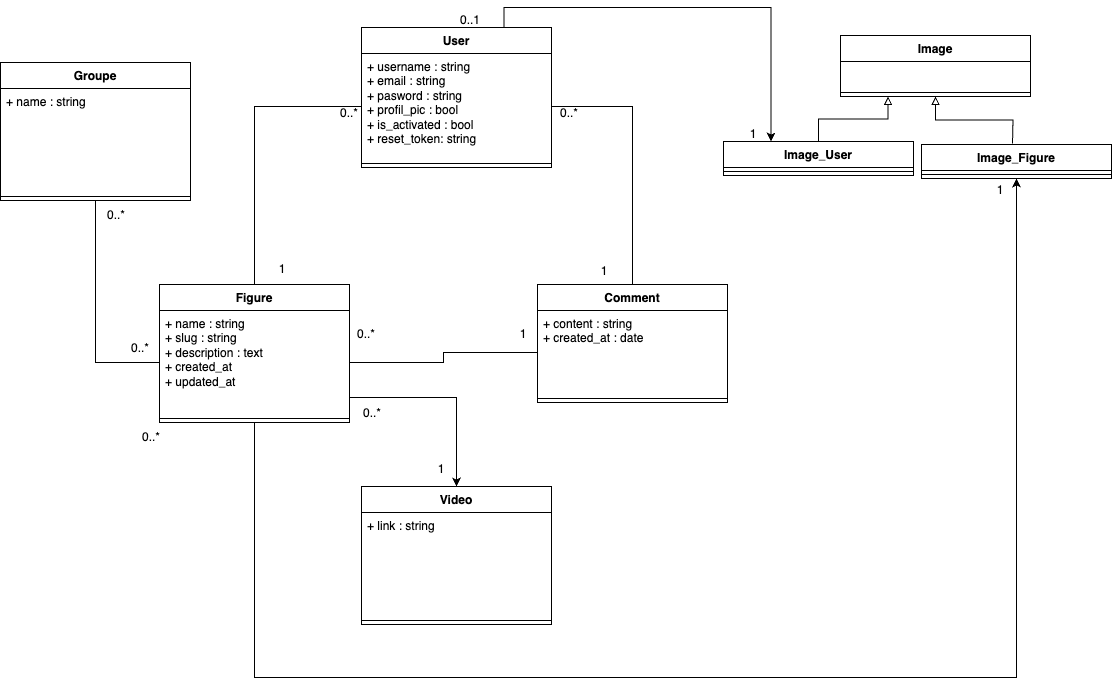
Above: diagrammes/classe.png in Arkistos/OC-PHP-P6 (draw.io), before the change. Source tidied: cells renumbered, new cells last; positions are measured from the earlier drawing's top-left corner, leaving out a move shared by most shapes.
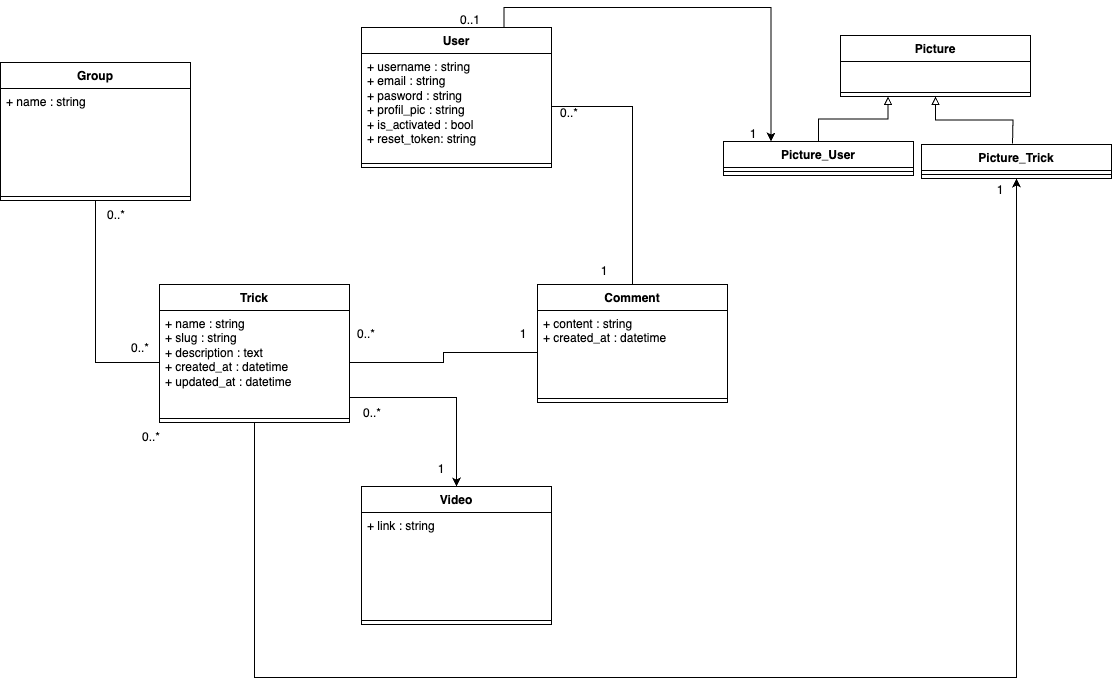
The same diagram one commit later.

Change to the diagram source:
```diff
@@ -8,7 +8,7 @@
     <mxCell id="3" value="User" style="swimlane;fontStyle=1;align=center;verticalAlign=top;horizontal=1;startSize=26;whiteSpace=wrap;html=1;" parent="1" vertex="1">
       <mxGeometry x="361" y="22" width="190" height="140" as="geometry" />
     </mxCell>
-    <mxCell id="4" value="+ username : string&lt;br&gt;+ email :&amp;nbsp;string&lt;br&gt;+ pasword : string&lt;br style=&quot;border-color: var(--border-color);&quot;&gt;+ profil_pic : bool&lt;br&gt;+ is_activated : bool&lt;br&gt;+ reset_token: string" style="text;strokeColor=none;fillColor=none;align=left;verticalAlign=top;spacingLeft=4;spacingRight=4;overflow=hidden;points=[[0,0.5],[1,0.5]];portConstraint=eastwest;whiteSpace=wrap;html=1;" parent="3" vertex="1">
+    <mxCell id="4" value="+ username : string&lt;br&gt;+ email :&amp;nbsp;string&lt;br&gt;+ pasword : string&lt;br style=&quot;border-color: var(--border-color);&quot;&gt;+ profil_pic : string&lt;br&gt;+ is_activated : bool&lt;br&gt;+ reset_token: string" style="text;strokeColor=none;fillColor=none;align=left;verticalAlign=top;spacingLeft=4;spacingRight=4;overflow=hidden;points=[[0,0.5],[1,0.5]];portConstraint=eastwest;whiteSpace=wrap;html=1;" parent="3" vertex="1">
       <mxGeometry y="26" width="190" height="106" as="geometry" />
     </mxCell>
     <mxCell id="5" style="line;strokeWidth=1;fillColor=none;align=left;verticalAlign=middle;spacingTop=-1;spacingLeft=3;spacingRight=3;labelPosition=right;strokeColor=inherit;" parent="3" vertex="1">
@@ -22,10 +22,10 @@
         </Array>
       </mxGeometry>
     </mxCell>
-    <mxCell id="7" value="Figure" style="swimlane;fontStyle=1;align=center;verticalAlign=top;horizontal=1;startSize=26;whiteSpace=wrap;html=1;" parent="1" vertex="1">
+    <mxCell id="7" value="Trick" style="swimlane;fontStyle=1;align=center;verticalAlign=top;horizontal=1;startSize=26;whiteSpace=wrap;html=1;" parent="1" vertex="1">
       <mxGeometry x="159" y="279" width="190" height="138" as="geometry" />
     </mxCell>
-    <mxCell id="8" value="+ name : string&lt;br&gt;+ slug : string&lt;br&gt;+ description : text&lt;br&gt;+ created_at&lt;br&gt;+ updated_at" style="text;strokeColor=none;fillColor=none;align=left;verticalAlign=top;spacingLeft=4;spacingRight=4;overflow=hidden;points=[[0,0.5],[1,0.5]];portConstraint=eastwest;whiteSpace=wrap;html=1;" parent="7" vertex="1">
+    <mxCell id="8" value="+ name : string&lt;br&gt;+ slug : string&lt;br&gt;+ description : text&lt;br&gt;+ created_at : datetime&lt;br&gt;+ updated_at : datetime" style="text;strokeColor=none;fillColor=none;align=left;verticalAlign=top;spacingLeft=4;spacingRight=4;overflow=hidden;points=[[0,0.5],[1,0.5]];portConstraint=eastwest;whiteSpace=wrap;html=1;" parent="7" vertex="1">
       <mxGeometry y="26" width="190" height="104" as="geometry" />
     </mxCell>
     <mxCell id="9" style="line;strokeWidth=1;fillColor=none;align=left;verticalAlign=middle;spacingTop=-1;spacingLeft=3;spacingRight=3;labelPosition=right;strokeColor=inherit;" parent="7" vertex="1">
@@ -34,7 +34,7 @@
     <mxCell id="10" value="Comment" style="swimlane;fontStyle=1;align=center;verticalAlign=top;horizontal=1;startSize=26;whiteSpace=wrap;html=1;" parent="1" vertex="1">
       <mxGeometry x="537" y="279" width="190" height="118" as="geometry" />
     </mxCell>
-    <mxCell id="11" value="+ content : string&lt;br&gt;+ created_at : date" style="text;strokeColor=none;fillColor=none;align=left;verticalAlign=top;spacingLeft=4;spacingRight=4;overflow=hidden;points=[[0,0.5],[1,0.5]];portConstraint=eastwest;whiteSpace=wrap;html=1;" parent="10" vertex="1">
+    <mxCell id="11" value="+ content : string&lt;br&gt;+ created_at : datetime" style="text;strokeColor=none;fillColor=none;align=left;verticalAlign=top;spacingLeft=4;spacingRight=4;overflow=hidden;points=[[0,0.5],[1,0.5]];portConstraint=eastwest;whiteSpace=wrap;html=1;" parent="10" vertex="1">
       <mxGeometry y="26" width="190" height="84" as="geometry" />
     </mxCell>
     <mxCell id="12" style="line;strokeWidth=1;fillColor=none;align=left;verticalAlign=middle;spacingTop=-1;spacingLeft=3;spacingRight=3;labelPosition=right;strokeColor=inherit;" parent="10" vertex="1">
@@ -49,25 +49,16 @@
     <mxCell id="15" value="1" style="text;html=1;strokeColor=none;fillColor=none;align=center;verticalAlign=middle;whiteSpace=wrap;rounded=0;" parent="1" vertex="1">
       <mxGeometry x="493" y="314" width="60" height="30" as="geometry" />
     </mxCell>
-    <mxCell id="16" style="edgeStyle=orthogonalEdgeStyle;rounded=0;jettySize=auto;html=1;endArrow=none;endFill=0;" parent="1" edge="1" source="4" target="7">
-      <mxGeometry relative="1" as="geometry" />
-    </mxCell>
     <mxCell id="17" style="edgeStyle=orthogonalEdgeStyle;rounded=0;jettySize=auto;html=1;endArrow=none;endFill=0;" parent="1" edge="1" source="4" target="10">
       <mxGeometry relative="1" as="geometry" />
     </mxCell>
-    <mxCell id="18" value="0..*" style="text;html=1;strokeColor=none;fillColor=none;align=center;verticalAlign=middle;whiteSpace=wrap;rounded=0;" parent="1" vertex="1">
-      <mxGeometry x="319" y="93" width="60" height="30" as="geometry" />
-    </mxCell>
     <mxCell id="19" value="0..*" style="text;html=1;strokeColor=none;fillColor=none;align=center;verticalAlign=middle;whiteSpace=wrap;rounded=0;" parent="1" vertex="1">
       <mxGeometry x="539" y="93" width="60" height="30" as="geometry" />
     </mxCell>
     <mxCell id="20" value="1" style="text;html=1;strokeColor=none;fillColor=none;align=center;verticalAlign=middle;whiteSpace=wrap;rounded=0;" parent="1" vertex="1">
       <mxGeometry x="574" y="251" width="60" height="30" as="geometry" />
     </mxCell>
-    <mxCell id="21" value="1" style="text;html=1;strokeColor=none;fillColor=none;align=center;verticalAlign=middle;whiteSpace=wrap;rounded=0;" parent="1" vertex="1">
-      <mxGeometry x="252" y="249" width="60" height="30" as="geometry" />
-    </mxCell>
-    <mxCell id="22" value="Groupe" style="swimlane;fontStyle=1;align=center;verticalAlign=top;horizontal=1;startSize=26;whiteSpace=wrap;html=1;" parent="1" vertex="1">
+    <mxCell id="22" value="Group" style="swimlane;fontStyle=1;align=center;verticalAlign=top;horizontal=1;startSize=26;whiteSpace=wrap;html=1;" parent="1" vertex="1">
       <mxGeometry y="57" width="190" height="138" as="geometry" />
     </mxCell>
     <mxCell id="23" value="+ name : string" style="text;strokeColor=none;fillColor=none;align=left;verticalAlign=top;spacingLeft=4;spacingRight=4;overflow=hidden;whiteSpace=wrap;html=1;" parent="22" vertex="1">
@@ -107,7 +98,7 @@
     <mxCell id="33" value="0..*" style="text;html=1;strokeColor=none;fillColor=none;align=center;verticalAlign=middle;whiteSpace=wrap;rounded=0;" parent="1" vertex="1">
       <mxGeometry x="342" y="393" width="60" height="30" as="geometry" />
     </mxCell>
-    <mxCell id="34" value="Image" style="swimlane;fontStyle=1;align=center;verticalAlign=top;horizontal=1;startSize=26;whiteSpace=wrap;html=1;" parent="1" vertex="1">
+    <mxCell id="34" value="Picture" style="swimlane;fontStyle=1;align=center;verticalAlign=top;horizontal=1;startSize=26;whiteSpace=wrap;html=1;" parent="1" vertex="1">
       <mxGeometry x="840" y="30" width="190" height="61" as="geometry" />
     </mxCell>
     <mxCell id="35" value="&lt;br&gt;" style="text;strokeColor=none;fillColor=none;align=left;verticalAlign=top;spacingLeft=4;spacingRight=4;overflow=hidden;whiteSpace=wrap;html=1;" parent="34" vertex="1">
@@ -127,13 +118,13 @@
         <mxPoint x="1012" y="138" as="sourcePoint" />
       </mxGeometry>
     </mxCell>
-    <mxCell id="40" value="Image_Figure" style="swimlane;fontStyle=1;align=center;verticalAlign=top;horizontal=1;startSize=26;whiteSpace=wrap;html=1;" parent="1" vertex="1">
+    <mxCell id="40" value="Picture_Trick" style="swimlane;fontStyle=1;align=center;verticalAlign=top;horizontal=1;startSize=26;whiteSpace=wrap;html=1;" parent="1" vertex="1">
       <mxGeometry x="921" y="139" width="190" height="34" as="geometry" />
     </mxCell>
     <mxCell id="41" style="line;strokeWidth=1;fillColor=none;align=left;verticalAlign=middle;spacingTop=-1;spacingLeft=3;spacingRight=3;labelPosition=right;strokeColor=inherit;" parent="40" vertex="1">
       <mxGeometry y="26" width="190" height="8" as="geometry" />
     </mxCell>
-    <mxCell id="42" value="Image_User" style="swimlane;fontStyle=1;align=center;verticalAlign=top;horizontal=1;startSize=26;whiteSpace=wrap;html=1;" parent="1" vertex="1">
+    <mxCell id="42" value="Picture_User" style="swimlane;fontStyle=1;align=center;verticalAlign=top;horizontal=1;startSize=26;whiteSpace=wrap;html=1;" parent="1" vertex="1">
       <mxGeometry x="723" y="136" width="190" height="34" as="geometry" />
     </mxCell>
     <mxCell id="43" style="line;strokeWidth=1;fillColor=none;align=left;verticalAlign=middle;spacingTop=-1;spacingLeft=3;spacingRight=3;labelPosition=right;strokeColor=inherit;" parent="42" vertex="1">
```
